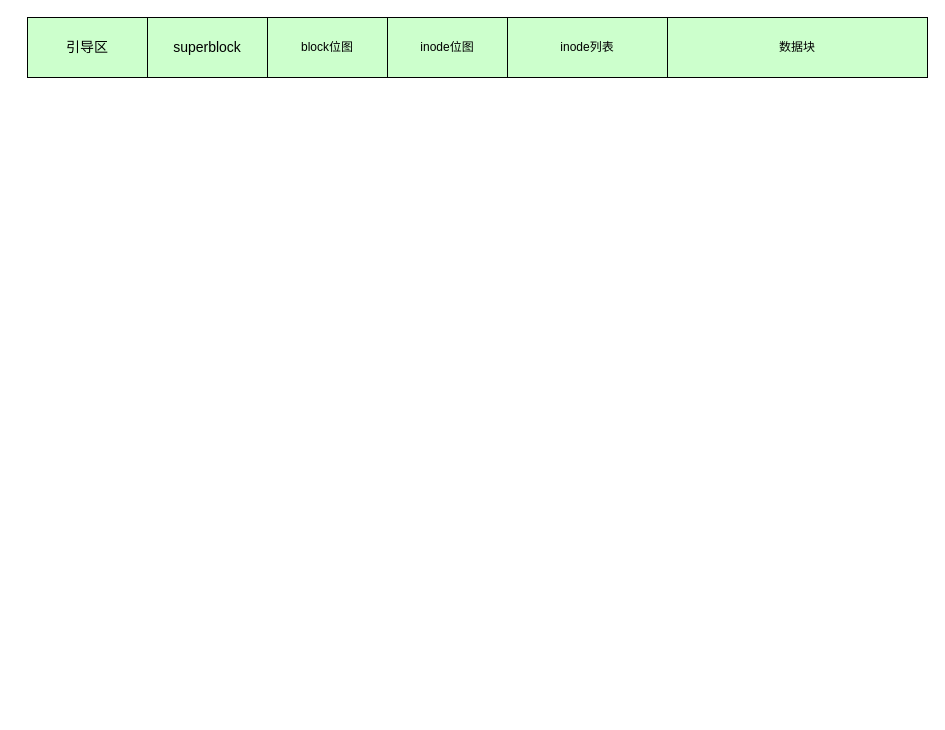
Earlier version of the draw.io diagram 操作系统/文件系统.drawio (bollcode/node_picture). Source tidied: cells renumbered, new cells numbered last; positions are measured from the earlier drawing's top-left corner, leaving out a move shared by most shapes. Both pictures are drawn from the tidied source at 100%, with x=0, y=0 at pixel (27, 17).
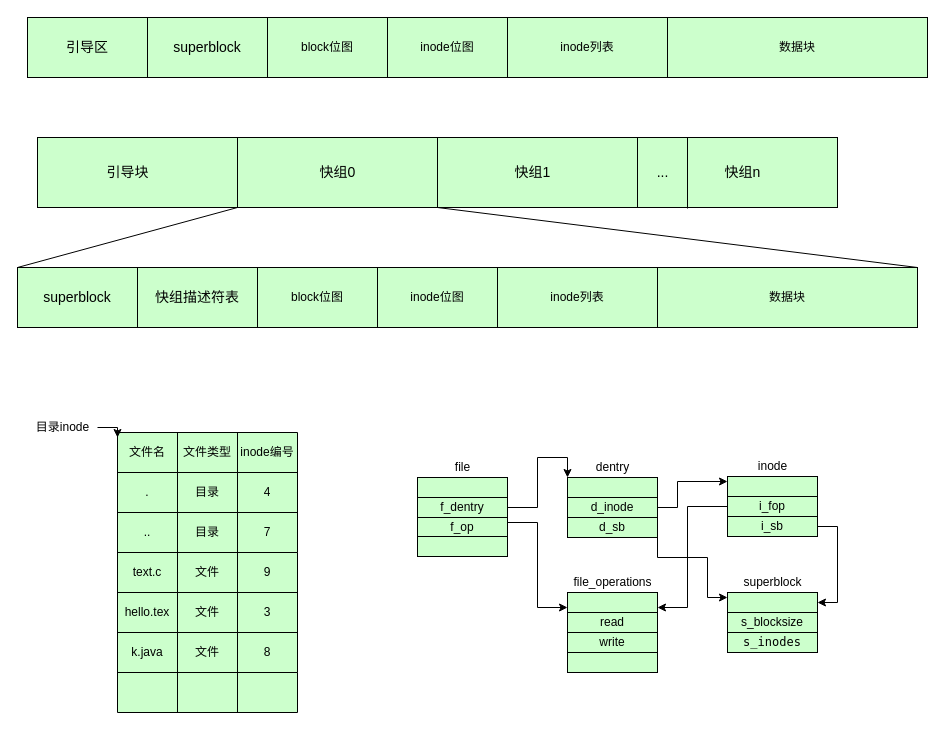
Above is the later version.

What changed in the source:
```diff
@@
+    <mxCell id="8" value="&lt;span style=&quot;font-size: 14px&quot;&gt;superblock&lt;/span&gt;" style="rounded=0;whiteSpace=wrap;html=1;fillColor=#CCFFCC;" parent="1" vertex="1">
+      <mxGeometry x="-10" y="250" width="120" height="60" as="geometry" />
+    </mxCell>
+    <mxCell id="9" value="快组描述符表" style="rounded=0;whiteSpace=wrap;html=1;fillColor=#CCFFCC;fontSize=14;" parent="1" vertex="1">
+      <mxGeometry x="110" y="250" width="120" height="60" as="geometry" />
+    </mxCell>
+    <mxCell id="10" value="block位图" style="rounded=0;whiteSpace=wrap;html=1;fillColor=#CCFFCC;" parent="1" vertex="1">
+      <mxGeometry x="230" y="250" width="120" height="60" as="geometry" />
+    </mxCell>
+    <mxCell id="11" value="inode位图" style="rounded=0;whiteSpace=wrap;html=1;fillColor=#CCFFCC;" parent="1" vertex="1">
+      <mxGeometry x="350" y="250" width="120" height="60" as="geometry" />
+    </mxCell>
+    <mxCell id="12" value="inode列表" style="rounded=0;whiteSpace=wrap;html=1;fillColor=#CCFFCC;" parent="1" vertex="1">
+      <mxGeometry x="470" y="250" width="160" height="60" as="geometry" />
+    </mxCell>
+    <mxCell id="13" value="数据块" style="rounded=0;whiteSpace=wrap;html=1;fillColor=#CCFFCC;" parent="1" vertex="1">
+      <mxGeometry x="630" y="250" width="260" height="60" as="geometry" />
+    </mxCell>
+    <mxCell id="14" style="rounded=0;whiteSpace=wrap;html=1;fillColor=#CCFFCC;" parent="1" vertex="1">
+      <mxGeometry x="10" y="120" width="800" height="70" as="geometry" />
+    </mxCell>
+    <mxCell id="15" style="endArrow=none;html=1;exitX=0.5;exitY=1;exitDx=0;exitDy=0;entryX=0.5;entryY=0;entryDx=0;entryDy=0;" parent="1" edge="1" source="14" target="14">
+      <mxGeometry relative="1" as="geometry" />
+    </mxCell>
+    <mxCell id="16" style="endArrow=none;html=1;entryX=0.25;entryY=0;entryDx=0;entryDy=0;exitX=0.25;exitY=1;exitDx=0;exitDy=0;" parent="1" edge="1" source="14" target="14">
+      <mxGeometry relative="1" as="geometry" />
+    </mxCell>
+    <mxCell id="17" style="endArrow=none;html=1;exitX=0.5;exitY=1;exitDx=0;exitDy=0;entryX=0.5;entryY=0;entryDx=0;entryDy=0;" parent="1" edge="1">
+      <mxGeometry relative="1" as="geometry">
+        <mxPoint x="610" y="190" as="sourcePoint" />
+        <mxPoint x="610" y="120" as="targetPoint" />
+      </mxGeometry>
+    </mxCell>
+    <mxCell id="18" value="&lt;font style=&quot;font-size: 14px&quot;&gt;引导块&lt;/font&gt;" style="text;html=1;align=center;verticalAlign=middle;" parent="1" vertex="1">
+      <mxGeometry x="70" y="145" width="60" height="20" as="geometry" />
+    </mxCell>
+    <mxCell id="19" value="&lt;font style=&quot;font-size: 14px&quot;&gt;快组0&lt;/font&gt;" style="text;html=1;align=center;verticalAlign=middle;" parent="1" vertex="1">
+      <mxGeometry x="285" y="145" width="50" height="20" as="geometry" />
+    </mxCell>
+    <mxCell id="20" value="&lt;font style=&quot;font-size: 14px&quot;&gt;快组1&lt;/font&gt;" style="text;html=1;align=center;verticalAlign=middle;" parent="1" vertex="1">
+      <mxGeometry x="480" y="145" width="50" height="20" as="geometry" />
+    </mxCell>
+    <mxCell id="21" value="&lt;font style=&quot;font-size: 14px&quot;&gt;快组n&lt;/font&gt;" style="text;html=1;align=center;verticalAlign=middle;" parent="1" vertex="1">
+      <mxGeometry x="690" y="145" width="50" height="20" as="geometry" />
+    </mxCell>
+    <mxCell id="22" style="endArrow=none;html=1;" parent="1" edge="1">
+      <mxGeometry relative="1" as="geometry">
+        <mxPoint x="660" y="191" as="sourcePoint" />
+        <mxPoint x="660" y="120" as="targetPoint" />
+      </mxGeometry>
+    </mxCell>
+    <mxCell id="23" value="&lt;font style=&quot;font-size: 14px&quot;&gt;...&lt;/font&gt;" style="text;html=1;align=center;verticalAlign=middle;" parent="1" vertex="1">
+      <mxGeometry x="620" y="145" width="30" height="20" as="geometry" />
+    </mxCell>
+    <mxCell id="24" style="endArrow=none;html=1;exitX=0;exitY=0;exitDx=0;exitDy=0;entryX=0.25;entryY=1;entryDx=0;entryDy=0;" parent="1" edge="1" source="8" target="14">
+      <mxGeometry relative="1" as="geometry" />
+    </mxCell>
+    <mxCell id="25" style="endArrow=none;html=1;entryX=0.5;entryY=1;entryDx=0;entryDy=0;exitX=1;exitY=0;exitDx=0;exitDy=0;" parent="1" edge="1" source="13" target="14">
+      <mxGeometry relative="1" as="geometry" />
+    </mxCell>
+    <mxCell id="26" style="shape=table;html=1;whiteSpace=wrap;startSize=0;childLayout=tableLayout;fillColor=#CCFFCC;" parent="1" vertex="1">
+      <mxGeometry x="90" y="415" width="180" height="120" as="geometry" />
+    </mxCell>
+    <mxCell id="27" style="shape=partialRectangle;html=1;whiteSpace=wrap;fillColor=none;top=0;left=0;bottom=0;right=0;points=[[0,0.5],[1,0.5]];portConstraint=eastwest;" parent="26" vertex="1">
+      <mxGeometry width="180" height="40" as="geometry" />
+    </mxCell>
+    <mxCell id="28" value="文件名" style="shape=partialRectangle;html=1;whiteSpace=wrap;fillColor=none;top=0;left=0;bottom=0;right=0;overflow=hidden;" parent="27" vertex="1">
+      <mxGeometry width="60" height="40" as="geometry" />
+    </mxCell>
+    <mxCell id="29" value="文件类型" style="shape=partialRectangle;html=1;whiteSpace=wrap;fillColor=none;top=0;left=0;bottom=0;right=0;overflow=hidden;" parent="27" vertex="1">
+      <mxGeometry x="60" width="60" height="40" as="geometry" />
+    </mxCell>
+    <mxCell id="30" value="inode编号" style="shape=partialRectangle;html=1;whiteSpace=wrap;fillColor=none;top=0;left=0;bottom=0;right=0;overflow=hidden;" parent="27" vertex="1">
+      <mxGeometry x="120" width="60" height="40" as="geometry" />
+    </mxCell>
+    <mxCell id="31" style="shape=partialRectangle;html=1;whiteSpace=wrap;fillColor=none;top=0;left=0;bottom=0;right=0;" parent="26" vertex="1">
+      <mxGeometry y="40" width="180" height="40" as="geometry" />
+    </mxCell>
+    <mxCell id="32" value="." style="shape=partialRectangle;html=1;whiteSpace=wrap;fillColor=none;top=0;left=0;bottom=0;right=0;overflow=hidden;" parent="31" vertex="1">
+      <mxGeometry width="60" height="40" as="geometry" />
+    </mxCell>
+    <mxCell id="33" value="目录" style="shape=partialRectangle;html=1;whiteSpace=wrap;fillColor=none;top=0;left=0;bottom=0;right=0;overflow=hidden;" parent="31" vertex="1">
+      <mxGeometry x="60" width="60" height="40" as="geometry" />
+    </mxCell>
+    <mxCell id="34" value="4" style="shape=partialRectangle;html=1;whiteSpace=wrap;fillColor=none;top=0;left=0;bottom=0;right=0;overflow=hidden;" parent="31" vertex="1">
+      <mxGeometry x="120" width="60" height="40" as="geometry" />
+    </mxCell>
+    <mxCell id="35" style="shape=partialRectangle;html=1;whiteSpace=wrap;fillColor=none;top=0;left=0;bottom=0;right=0;" parent="26" vertex="1">
+      <mxGeometry y="80" width="180" height="40" as="geometry" />
+    </mxCell>
+    <mxCell id="36" value=".." style="shape=partialRectangle;html=1;whiteSpace=wrap;fillColor=none;top=0;left=0;bottom=0;right=0;overflow=hidden;" parent="35" vertex="1">
+      <mxGeometry width="60" height="40" as="geometry" />
+    </mxCell>
+    <mxCell id="37" value="目录" style="shape=partialRectangle;html=1;whiteSpace=wrap;fillColor=none;top=0;left=0;bottom=0;right=0;overflow=hidden;" parent="35" vertex="1">
+      <mxGeometry x="60" width="60" height="40" as="geometry" />
+    </mxCell>
+    <mxCell id="38" value="7" style="shape=partialRectangle;html=1;whiteSpace=wrap;fillColor=none;top=0;left=0;bottom=0;right=0;overflow=hidden;" parent="35" vertex="1">
+      <mxGeometry x="120" width="60" height="40" as="geometry" />
+    </mxCell>
+    <mxCell id="39" style="shape=table;html=1;whiteSpace=wrap;startSize=0;childLayout=tableLayout;fillColor=#CCFFCC;" parent="1" vertex="1">
+      <mxGeometry x="90" y="535" width="180" height="120" as="geometry" />
+    </mxCell>
+    <mxCell id="40" style="shape=partialRectangle;html=1;whiteSpace=wrap;fillColor=none;top=0;left=0;bottom=0;right=0;" parent="39" vertex="1">
+      <mxGeometry width="180" height="40" as="geometry" />
+    </mxCell>
+    <mxCell id="41" value="text.c" style="shape=partialRectangle;html=1;whiteSpace=wrap;fillColor=none;top=0;left=0;bottom=0;right=0;overflow=hidden;" parent="40" vertex="1">
+      <mxGeometry width="60" height="40" as="geometry" />
+    </mxCell>
+    <mxCell id="42" value="文件" style="shape=partialRectangle;html=1;whiteSpace=wrap;fillColor=none;top=0;left=0;bottom=0;right=0;overflow=hidden;" parent="40" vertex="1">
+      <mxGeometry x="60" width="60" height="40" as="geometry" />
+    </mxCell>
+    <mxCell id="43" value="9" style="shape=partialRectangle;html=1;whiteSpace=wrap;fillColor=none;top=0;left=0;bottom=0;right=0;overflow=hidden;" parent="40" vertex="1">
+      <mxGeometry x="120" width="60" height="40" as="geometry" />
+    </mxCell>
+    <mxCell id="44" style="shape=partialRectangle;html=1;whiteSpace=wrap;fillColor=none;top=0;left=0;bottom=0;right=0;" parent="39" vertex="1">
+      <mxGeometry y="40" width="180" height="40" as="geometry" />
+    </mxCell>
+    <mxCell id="45" value="hello.tex" style="shape=partialRectangle;html=1;whiteSpace=wrap;fillColor=none;top=0;left=0;bottom=0;right=0;overflow=hidden;" parent="44" vertex="1">
+      <mxGeometry width="60" height="40" as="geometry" />
+    </mxCell>
+    <mxCell id="46" value="文件" style="shape=partialRectangle;html=1;whiteSpace=wrap;fillColor=none;top=0;left=0;bottom=0;right=0;overflow=hidden;" parent="44" vertex="1">
+      <mxGeometry x="60" width="60" height="40" as="geometry" />
+    </mxCell>
+    <mxCell id="47" value="3" style="shape=partialRectangle;html=1;whiteSpace=wrap;fillColor=none;top=0;left=0;bottom=0;right=0;overflow=hidden;" parent="44" vertex="1">
+      <mxGeometry x="120" width="60" height="40" as="geometry" />
+    </mxCell>
+    <mxCell id="48" style="shape=partialRectangle;html=1;whiteSpace=wrap;fillColor=none;top=0;left=0;bottom=0;right=0;" parent="39" vertex="1">
+      <mxGeometry y="80" width="180" height="40" as="geometry" />
+    </mxCell>
+    <mxCell id="49" value="k.java" style="shape=partialRectangle;html=1;whiteSpace=wrap;fillColor=none;top=0;left=0;bottom=0;right=0;overflow=hidden;" parent="48" vertex="1">
+      <mxGeometry width="60" height="40" as="geometry" />
+    </mxCell>
+    <mxCell id="50" value="文件" style="shape=partialRectangle;html=1;whiteSpace=wrap;fillColor=none;top=0;left=0;bottom=0;right=0;overflow=hidden;" parent="48" vertex="1">
+      <mxGeometry x="60" width="60" height="40" as="geometry" />
+    </mxCell>
+    <mxCell id="51" value="8" style="shape=partialRectangle;html=1;whiteSpace=wrap;fillColor=none;top=0;left=0;bottom=0;right=0;overflow=hidden;" parent="48" vertex="1">
+      <mxGeometry x="120" width="60" height="40" as="geometry" />
+    </mxCell>
+    <mxCell id="52" style="edgeStyle=orthogonalEdgeStyle;rounded=0;jettySize=auto;html=1;entryX=0;entryY=0.125;entryDx=0;entryDy=0;entryPerimeter=0;" parent="1" edge="1" source="53" target="27">
+      <mxGeometry relative="1" as="geometry" />
+    </mxCell>
+    <mxCell id="53" value="目录inode" style="text;html=1;align=center;verticalAlign=middle;points=[];" parent="1" vertex="1">
+      <mxGeometry y="400" width="70" height="20" as="geometry" />
+    </mxCell>
+    <mxCell id="54" style="shape=table;html=1;whiteSpace=wrap;startSize=0;childLayout=tableLayout;fillColor=#CCFFCC;" parent="1" vertex="1">
+      <mxGeometry x="90" y="655" width="180" height="40" as="geometry" />
+    </mxCell>
+    <mxCell id="55" style="shape=partialRectangle;html=1;whiteSpace=wrap;fillColor=none;top=0;left=0;bottom=0;right=0;" parent="54" vertex="1">
+      <mxGeometry width="180" height="40" as="geometry" />
+    </mxCell>
+    <mxCell id="56" style="shape=partialRectangle;html=1;whiteSpace=wrap;fillColor=none;top=0;left=0;bottom=0;right=0;overflow=hidden;" parent="55" vertex="1">
+      <mxGeometry width="60" height="40" as="geometry" />
+    </mxCell>
+    <mxCell id="57" style="shape=partialRectangle;html=1;whiteSpace=wrap;fillColor=none;top=0;left=0;bottom=0;right=0;overflow=hidden;" parent="55" vertex="1">
+      <mxGeometry x="60" width="60" height="40" as="geometry" />
+    </mxCell>
+    <mxCell id="58" style="shape=partialRectangle;html=1;whiteSpace=wrap;fillColor=none;top=0;left=0;bottom=0;right=0;overflow=hidden;" parent="55" vertex="1">
+      <mxGeometry x="120" width="60" height="40" as="geometry" />
+    </mxCell>
+    <mxCell id="59" style="rounded=0;whiteSpace=wrap;html=1;fillColor=#CCFFCC;" parent="1" vertex="1">
+      <mxGeometry x="390" y="460" width="90" height="20" as="geometry" />
+    </mxCell>
+    <mxCell id="60" style="edgeStyle=orthogonalEdgeStyle;rounded=0;jettySize=auto;html=1;exitX=1;exitY=0.5;exitDx=0;exitDy=0;entryX=0;entryY=0;entryDx=0;entryDy=0;" parent="1" edge="1" source="61" target="66">
+      <mxGeometry relative="1" as="geometry" />
+    </mxCell>
+    <mxCell id="61" value="f_dentry" style="rounded=0;whiteSpace=wrap;html=1;fillColor=#CCFFCC;" parent="1" vertex="1">
+      <mxGeometry x="390" y="480" width="90" height="20" as="geometry" />
+    </mxCell>
+    <mxCell id="62" style="edgeStyle=orthogonalEdgeStyle;rounded=0;jettySize=auto;html=1;exitX=1;exitY=0.25;exitDx=0;exitDy=0;entryX=0;entryY=0.75;entryDx=0;entryDy=0;" parent="1" edge="1" source="63" target="78">
+      <mxGeometry relative="1" as="geometry" />
+    </mxCell>
+    <mxCell id="63" value="f_op" style="rounded=0;whiteSpace=wrap;html=1;fillColor=#CCFFCC;" parent="1" vertex="1">
+      <mxGeometry x="390" y="500" width="90" height="20" as="geometry" />
+    </mxCell>
+    <mxCell id="64" style="rounded=0;whiteSpace=wrap;html=1;fillColor=#CCFFCC;" parent="1" vertex="1">
+      <mxGeometry x="390" y="519" width="90" height="20" as="geometry" />
+    </mxCell>
+    <mxCell id="65" value="file" style="text;html=1;align=center;verticalAlign=middle;" parent="1" vertex="1">
+      <mxGeometry x="420" y="440" width="30" height="20" as="geometry" />
+    </mxCell>
+    <mxCell id="66" style="rounded=0;whiteSpace=wrap;html=1;fillColor=#CCFFCC;" parent="1" vertex="1">
+      <mxGeometry x="540" y="460" width="90" height="20" as="geometry" />
+    </mxCell>
+    <mxCell id="67" style="edgeStyle=orthogonalEdgeStyle;rounded=0;jettySize=auto;html=1;exitX=1;exitY=0.5;exitDx=0;exitDy=0;entryX=0;entryY=0.25;entryDx=0;entryDy=0;" parent="1" edge="1" source="68" target="72">
+      <mxGeometry relative="1" as="geometry">
+        <Array as="points">
+          <mxPoint x="650" y="490" />
+          <mxPoint x="650" y="464" />
+        </Array>
+      </mxGeometry>
+    </mxCell>
+    <mxCell id="68" value="d_inode" style="rounded=0;whiteSpace=wrap;html=1;fillColor=#CCFFCC;" parent="1" vertex="1">
+      <mxGeometry x="540" y="480" width="90" height="20" as="geometry" />
+    </mxCell>
+    <mxCell id="69" style="edgeStyle=orthogonalEdgeStyle;rounded=0;jettySize=auto;html=1;exitX=1;exitY=0.25;exitDx=0;exitDy=0;entryX=0;entryY=0.25;entryDx=0;entryDy=0;" parent="1" edge="1" source="70" target="82">
+      <mxGeometry relative="1" as="geometry">
+        <Array as="points">
+          <mxPoint x="630" y="540" />
+          <mxPoint x="680" y="540" />
+          <mxPoint x="680" y="580" />
+        </Array>
+      </mxGeometry>
+    </mxCell>
+    <mxCell id="70" value="d_sb" style="rounded=0;whiteSpace=wrap;html=1;fillColor=#CCFFCC;" parent="1" vertex="1">
+      <mxGeometry x="540" y="500" width="90" height="20" as="geometry" />
+    </mxCell>
+    <mxCell id="71" value="dentry" style="text;html=1;align=center;verticalAlign=middle;" parent="1" vertex="1">
+      <mxGeometry x="560" y="440" width="50" height="20" as="geometry" />
+    </mxCell>
+    <mxCell id="72" style="rounded=0;whiteSpace=wrap;html=1;fillColor=#CCFFCC;" parent="1" vertex="1">
+      <mxGeometry x="700" y="459" width="90" height="20" as="geometry" />
+    </mxCell>
+    <mxCell id="73" style="edgeStyle=orthogonalEdgeStyle;rounded=0;jettySize=auto;html=1;exitX=0;exitY=0.5;exitDx=0;exitDy=0;entryX=1;entryY=0.75;entryDx=0;entryDy=0;" parent="1" edge="1" source="74" target="78">
+      <mxGeometry relative="1" as="geometry">
+        <Array as="points">
+          <mxPoint x="660" y="489" />
+          <mxPoint x="660" y="590" />
+        </Array>
+      </mxGeometry>
+    </mxCell>
+    <mxCell id="74" value="i_fop" style="rounded=0;whiteSpace=wrap;html=1;fillColor=#CCFFCC;" parent="1" vertex="1">
+      <mxGeometry x="700" y="479" width="90" height="20" as="geometry" />
+    </mxCell>
+    <mxCell id="75" style="edgeStyle=orthogonalEdgeStyle;rounded=0;jettySize=auto;html=1;exitX=1;exitY=0.5;exitDx=0;exitDy=0;entryX=1;entryY=0.5;entryDx=0;entryDy=0;" parent="1" edge="1" source="76" target="82">
+      <mxGeometry relative="1" as="geometry" />
+    </mxCell>
+    <mxCell id="76" value="i_sb" style="rounded=0;whiteSpace=wrap;html=1;fillColor=#CCFFCC;" parent="1" vertex="1">
+      <mxGeometry x="700" y="499" width="90" height="20" as="geometry" />
+    </mxCell>
+    <mxCell id="77" value="inode" style="text;html=1;align=center;verticalAlign=middle;" parent="1" vertex="1">
+      <mxGeometry x="720" y="439" width="50" height="20" as="geometry" />
+    </mxCell>
+    <mxCell id="78" style="rounded=0;whiteSpace=wrap;html=1;fillColor=#CCFFCC;" parent="1" vertex="1">
+      <mxGeometry x="540" y="575" width="90" height="20" as="geometry" />
+    </mxCell>
+    <mxCell id="79" value="read" style="rounded=0;whiteSpace=wrap;html=1;fillColor=#CCFFCC;" parent="1" vertex="1">
+      <mxGeometry x="540" y="595" width="90" height="20" as="geometry" />
+    </mxCell>
+    <mxCell id="80" value="write" style="rounded=0;whiteSpace=wrap;html=1;fillColor=#CCFFCC;" parent="1" vertex="1">
+      <mxGeometry x="540" y="615" width="90" height="20" as="geometry" />
+    </mxCell>
+    <mxCell id="81" value="file_operations" style="text;html=1;align=center;verticalAlign=middle;" parent="1" vertex="1">
+      <mxGeometry x="540" y="555" width="90" height="20" as="geometry" />
+    </mxCell>
+    <mxCell id="82" style="rounded=0;whiteSpace=wrap;html=1;fillColor=#CCFFCC;" parent="1" vertex="1">
+      <mxGeometry x="700" y="575" width="90" height="20" as="geometry" />
+    </mxCell>
+    <mxCell id="83" value="s_blocksize" style="rounded=0;whiteSpace=wrap;html=1;fillColor=#CCFFCC;" parent="1" vertex="1">
+      <mxGeometry x="700" y="595" width="90" height="20" as="geometry" />
+    </mxCell>
+    <mxCell id="84" value="&lt;font face=&quot;Menlo, Monaco, Consolas, Andale Mono, lucida console, Courier New, monospace&quot;&gt;s_inodes&lt;/font&gt;" style="rounded=0;whiteSpace=wrap;html=1;fillColor=#CCFFCC;" parent="1" vertex="1">
+      <mxGeometry x="700" y="615" width="90" height="20" as="geometry" />
+    </mxCell>
+    <mxCell id="85" value="superblock" style="text;html=1;align=center;verticalAlign=middle;" parent="1" vertex="1">
+      <mxGeometry x="710" y="555" width="70" height="20" as="geometry" />
+    </mxCell>
+    <mxCell id="86" style="rounded=0;whiteSpace=wrap;html=1;fillColor=#CCFFCC;" parent="1" vertex="1">
+      <mxGeometry x="540" y="635" width="90" height="20" as="geometry" />
+    </mxCell>
```
